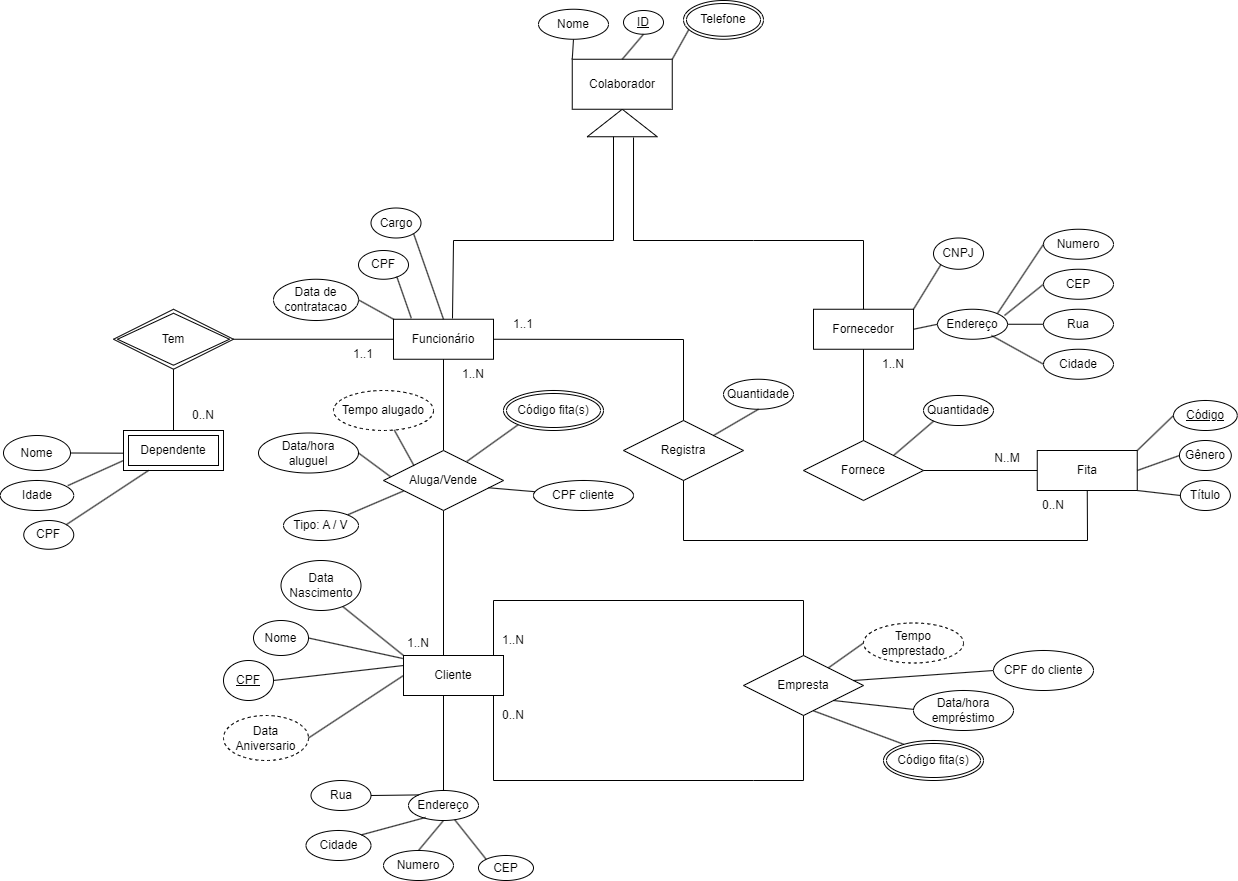
ivanalves-t/DataBaseMER keeps this draw.io diagram as Database Diagram.drawio.png. Above is the earlier version. Source tidied: cells renumbered, new cells last; positions are measured from the earlier drawing's top-left corner, leaving out a move shared by most shapes.
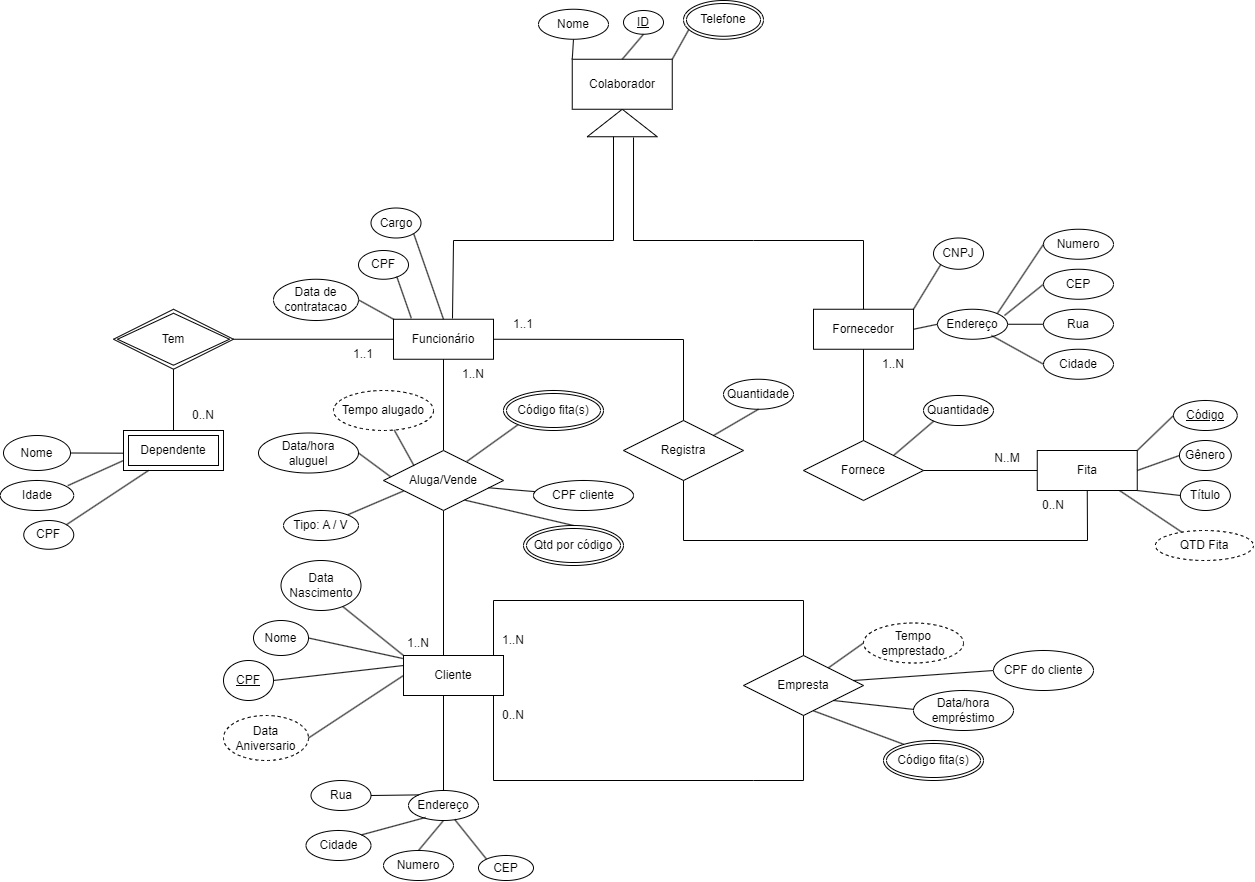
The same file after the commit.

Change to the diagram source:
```diff
@@ -368,5 +368,17 @@
     <mxCell id="111" style="endArrow=none;html=1;rounded=0;exitX=1;exitY=0;exitDx=0;exitDy=0;entryX=0.5;entryY=1;entryDx=0;entryDy=0;" parent="1" edge="1" source="56" target="109">
       <mxGeometry relative="1" as="geometry" />
     </mxCell>
+    <mxCell id="112" style="endArrow=none;html=1;rounded=0;exitX=0.826;exitY=1.006;exitDx=0;exitDy=0;exitPerimeter=0;entryX=0.272;entryY=0.06;entryDx=0;entryDy=0;entryPerimeter=0;" parent="1" edge="1" source="8" target="113">
+      <mxGeometry relative="1" as="geometry" />
+    </mxCell>
+    <mxCell id="113" value="QTD Fita" style="ellipse;whiteSpace=wrap;html=1;align=center;dashed=1;" parent="1" vertex="1">
+      <mxGeometry x="1154.9" y="530" width="98.1" height="30" as="geometry" />
+    </mxCell>
+    <mxCell id="114" style="endArrow=none;html=1;rounded=0;exitX=0.676;exitY=0.826;exitDx=0;exitDy=0;exitPerimeter=0;entryX=0.5;entryY=0;entryDx=0;entryDy=0;" parent="1" edge="1" source="68" target="115">
+      <mxGeometry relative="1" as="geometry" />
+    </mxCell>
+    <mxCell id="115" value="Qtd por código" style="ellipse;shape=doubleEllipse;margin=3;whiteSpace=wrap;html=1;align=center;" parent="1" vertex="1">
+      <mxGeometry x="523" y="525" width="100" height="40" as="geometry" />
+    </mxCell>
   </root>
 </mxGraphModel>
```
